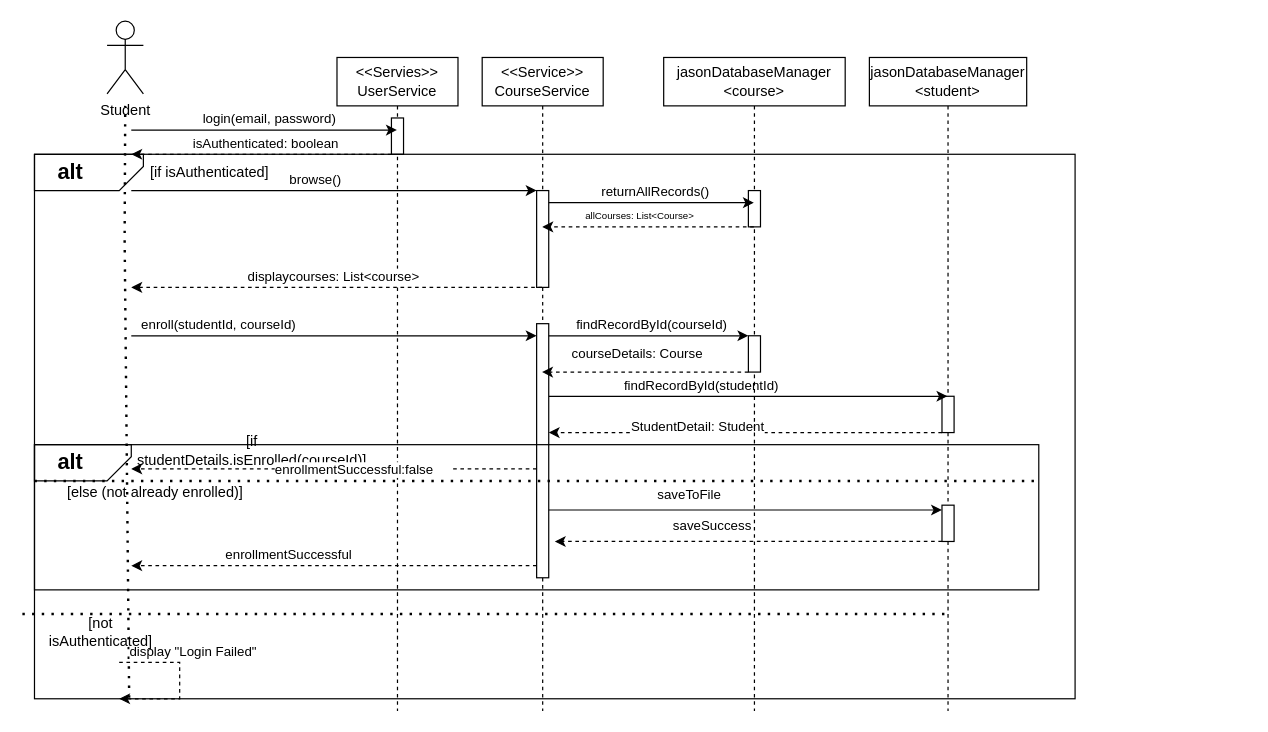
The draw.io diagram SkillForge UML Design/Sequence Diagram _Alzagh.drawio in KeroSherif/lab6, before the edit. Source tidied: cells renumbered, new cells numbered last; positions are measured from the earlier drawing's top-left corner, leaving out a move shared by most shapes. Both pictures are drawn from the tidied source at 121%, with x=0, y=0 at pixel (22, 21).
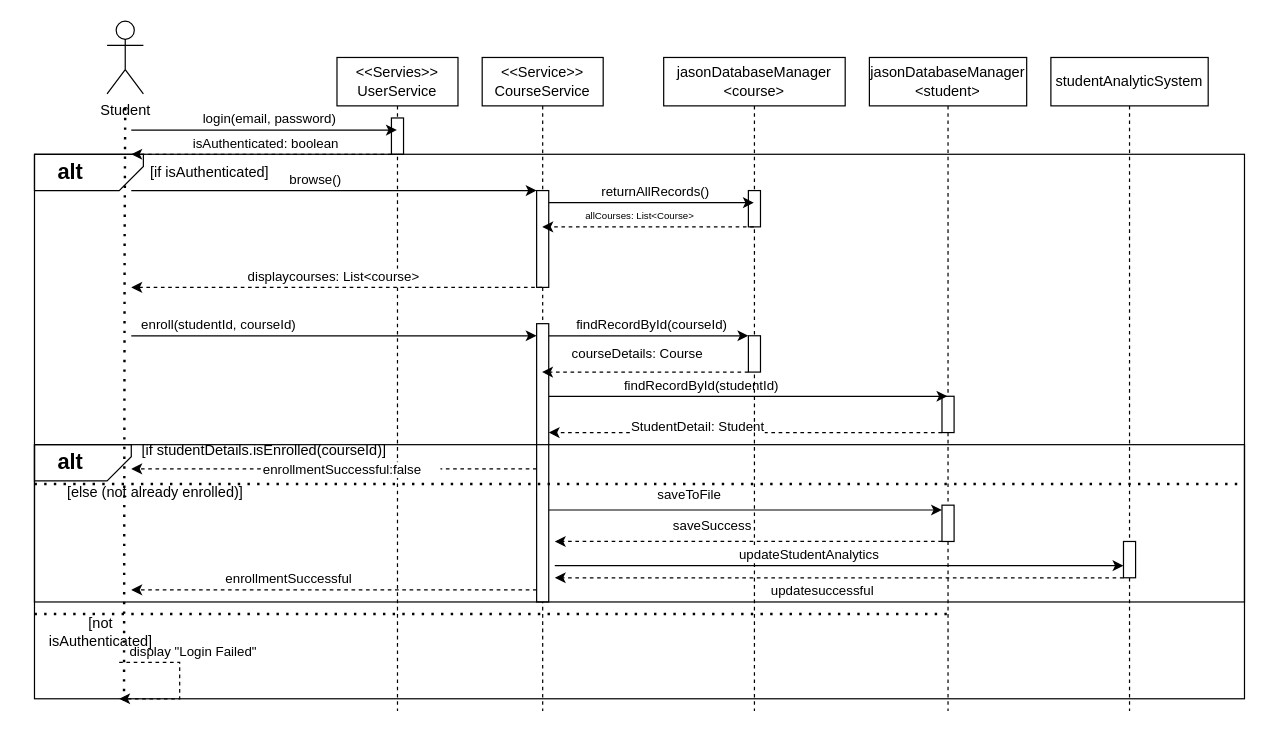
The same diagram, later.

Unchanged cells that the change refers to:
```xml
<mxCell id="2" value="jasonDatabaseManager&lt;div&gt;&amp;lt;student&amp;gt;&lt;/div&gt;" style="shape=umlLifeline;perimeter=lifelinePerimeter;whiteSpace=wrap;html=1;outlineConnect=0;portConstraint=eastwest;newEdgeStyle={&quot;edgeStyle&quot;:&quot;elbowEdgeStyle&quot;,&quot;elbow&quot;:&quot;vertical&quot;,&quot;curved&quot;:0,&quot;rounded&quot;:0};" parent="1" vertex="1">
  <mxGeometry x="700" y="30" width="130" height="540" as="geometry" />
</mxCell>
<mxCell id="18" value="&amp;lt;&amp;lt;Service&amp;gt;&amp;gt;&lt;div&gt;CourseService&lt;/div&gt;" style="shape=umlLifeline;perimeter=lifelinePerimeter;whiteSpace=wrap;html=1;outlineConnect=0;portConstraint=eastwest;newEdgeStyle={&quot;edgeStyle&quot;:&quot;elbowEdgeStyle&quot;,&quot;elbow&quot;:&quot;vertical&quot;,&quot;curved&quot;:0,&quot;rounded&quot;:0};" parent="1" vertex="1">
  <mxGeometry x="380" y="30" width="100" height="540" as="geometry" />
</mxCell>
<mxCell id="47" value="[not isAuthenticated]" style="text;html=1;whiteSpace=wrap;strokeColor=none;fillColor=none;align=center;verticalAlign=middle;rounded=0;" parent="1" vertex="1">
  <mxGeometry x="10" y="490" width="110" height="30" as="geometry" />
</mxCell>
<mxCell id="56" style="edgeStyle=elbowEdgeStyle;rounded=0;jettySize=auto;html=1;elbow=vertical;curved=0;dashed=1;" parent="1" edge="1" source="20">
  <mxGeometry relative="1" as="geometry">
    <mxPoint x="90" y="370" as="targetPoint" />
  </mxGeometry>
</mxCell>
```

The edit, as a diff of the source:
```diff
@@
-    <mxCell id="15" style="endArrow=none;dashed=1;html=1;dashPattern=1 3;strokeWidth=2;rounded=0;exitX=0.091;exitY=0.998;exitDx=0;exitDy=0;exitPerimeter=0;" parent="1" edge="1" source="43">
+    <mxCell id="15" style="endArrow=none;dashed=1;html=1;dashPattern=1 3;strokeWidth=2;rounded=0;exitX=0.074;exitY=1.004;exitDx=0;exitDy=0;exitPerimeter=0;" parent="1" edge="1" source="43">
       <mxGeometry relative="1" as="geometry">
         <mxPoint x="85" y="70" as="targetPoint" />
         <Array as="points">
           <mxPoint x="84.5" y="180" />
         </Array>
       </mxGeometry>
     </mxCell>
@@
     <mxCell id="20" style="html=1;points=[];perimeter=orthogonalPerimeter;outlineConnect=0;targetShapes=umlLifeline;portConstraint=eastwest;newEdgeStyle={&quot;edgeStyle&quot;:&quot;elbowEdgeStyle&quot;,&quot;elbow&quot;:&quot;vertical&quot;,&quot;curved&quot;:0,&quot;rounded&quot;:0};" parent="18" vertex="1">
-      <mxGeometry x="45" y="220" width="10" height="210" as="geometry" />
+      <mxGeometry x="45" y="220" width="10" height="230" as="geometry" />
     </mxCell>
@@
-    <mxCell id="38" style="endArrow=classic;html=1;rounded=0;dashed=1;" parent="1" edge="1" source="20">
+    <mxCell id="38" style="endArrow=classic;html=1;rounded=0;dashed=1;" parent="1" edge="1">
       <mxGeometry relative="1" as="geometry">
-        <mxPoint x="90" y="450" as="targetPoint" />
+        <mxPoint x="425" y="470" as="sourcePoint" />
+        <mxPoint x="90" y="470" as="targetPoint" />
       </mxGeometry>
     </mxCell>
@@
-    <mxCell id="40" style="endArrow=none;dashed=1;html=1;dashPattern=1 3;strokeWidth=2;rounded=0;" parent="1" edge="1" target="2">
-      <mxGeometry relative="1" as="geometry">
-        <mxPoint y="490" as="sourcePoint" />
-      </mxGeometry>
+    <mxCell id="40" style="endArrow=none;dashed=1;html=1;dashPattern=1 3;strokeWidth=2;rounded=0;exitX=0;exitY=0;exitDx=0;exitDy=0;" parent="1" edge="1" source="47" target="2">
+      <mxGeometry relative="1" as="geometry" />
     </mxCell>
@@
     <mxCell id="43" style="rounded=0;whiteSpace=wrap;html=1;fillColor=none;" parent="1" vertex="1">
-      <mxGeometry x="10" y="110" width="860" height="450" as="geometry" />
+      <mxGeometry x="10" y="110" width="1000" height="450" as="geometry" />
     </mxCell>
@@
     <mxCell id="48" style="rounded=0;whiteSpace=wrap;html=1;fillColor=none;" parent="1" vertex="1">
-      <mxGeometry x="10" y="350" width="830" height="120" as="geometry" />
+      <mxGeometry x="10" y="350" width="1000" height="130" as="geometry" />
     </mxCell>
@@
     <mxCell id="55" value="[if studentDetails.isEnrolled(courseId)]" style="text;html=1;whiteSpace=wrap;strokeColor=none;fillColor=none;align=center;verticalAlign=middle;rounded=0;" parent="1" vertex="1">
-      <mxGeometry x="90" y="340" width="200" height="30" as="geometry" />
+      <mxGeometry x="70" y="340" width="260" height="30" as="geometry" />
     </mxCell>
@@
     <mxCell id="57" value="enrollmentSuccessful:false&lt;span style=&quot;white-space: pre;&quot;&gt;&#9;&lt;/span&gt;" style="edgeLabel;html=1;align=center;verticalAlign=middle;" parent="56" vertex="1">
       <mxGeometry x="-0.43" y="1" relative="1" as="geometry">
-        <mxPoint x="-49" y="-1" as="offset" />
+        <mxPoint x="-59" y="-1" as="offset" />
       </mxGeometry>
     </mxCell>
@@
+    <mxCell id="59" value="studentAnalyticSystem" style="shape=umlLifeline;perimeter=lifelinePerimeter;whiteSpace=wrap;html=1;newEdgeStyle={&quot;edgeStyle&quot;:&quot;elbowEdgeStyle&quot;,&quot;elbow&quot;:&quot;vertical&quot;,&quot;curved&quot;:0,&quot;rounded&quot;:0};" parent="1" vertex="1">
+      <mxGeometry x="850" y="30" width="130" height="540" as="geometry" />
+    </mxCell>
+    <mxCell id="60" style="html=1;perimeter=orthogonalPerimeter;targetShapes=umlLifeline;newEdgeStyle={&quot;edgeStyle&quot;:&quot;elbowEdgeStyle&quot;,&quot;elbow&quot;:&quot;vertical&quot;,&quot;curved&quot;:0,&quot;rounded&quot;:0};" parent="59" vertex="1">
+      <mxGeometry x="60" y="400" width="10" height="30" as="geometry" />
+    </mxCell>
+    <mxCell id="61" style="edgeStyle=elbowEdgeStyle;rounded=0;orthogonalLoop=1;jettySize=auto;html=1;elbow=vertical;curved=0;dashed=1;" parent="1" edge="1">
+      <mxGeometry relative="1" as="geometry">
+        <mxPoint x="910" y="460" as="sourcePoint" />
+        <mxPoint x="440" y="460.2" as="targetPoint" />
+      </mxGeometry>
+    </mxCell>
+    <mxCell id="62" value="updatesuccessful" style="edgeLabel;html=1;align=center;verticalAlign=middle;" parent="61" vertex="1">
+      <mxGeometry x="-0.35" y="1" relative="1" as="geometry">
+        <mxPoint x="-97" y="9" as="offset" />
+      </mxGeometry>
+    </mxCell>
+    <mxCell id="63" style="endArrow=classic;html=1;rounded=0;" parent="1" edge="1">
+      <mxGeometry relative="1" as="geometry">
+        <mxPoint x="440" y="450" as="sourcePoint" />
+        <mxPoint x="910" y="450" as="targetPoint" />
+      </mxGeometry>
+    </mxCell>
+    <mxCell id="64" value="updateStudentAnalytics" style="edgeLabel;html=1;align=center;verticalAlign=middle;" parent="63" vertex="1">
+      <mxGeometry x="-0.11" relative="1" as="geometry">
+        <mxPoint y="-10" as="offset" />
+      </mxGeometry>
+    </mxCell>
```
